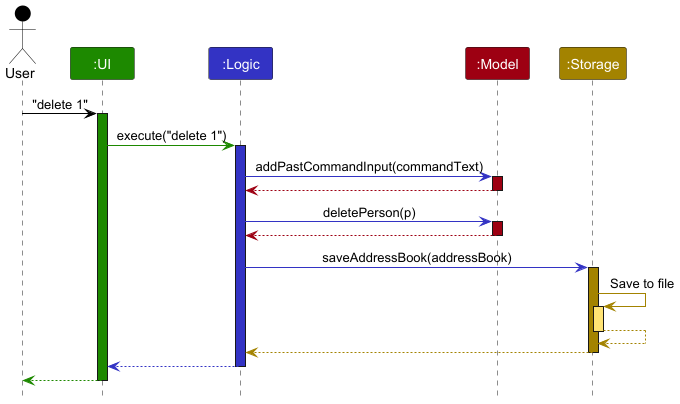
Above: docs/images/ArchitectureSequenceDiagram.png in carineang/tp (PlantUML), before the change.
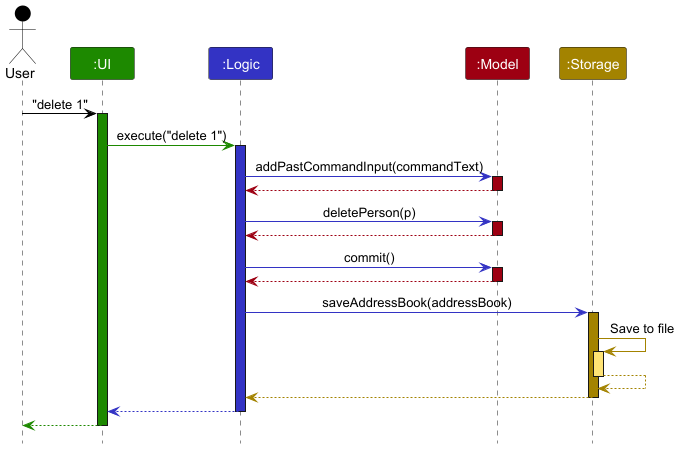
The same file after the commit.

Commit message:
Update sequence diagrams

Change to the diagram source:
```diff
@@ -1,4 +1,5 @@
 @startuml
+
 !include style.puml
 skinparam ArrowFontStyle plain
 
@@ -27,6 +28,12 @@
 model -[MODEL_COLOR]-> logic
 deactivate model
 
+logic -[LOGIC_COLOR]> model : commit()
+activate model MODEL_COLOR
+
+model -[MODEL_COLOR]-> logic
+deactivate model
+
 logic -[LOGIC_COLOR]> storage : saveAddressBook(addressBook)
 activate storage STORAGE_COLOR
 
```
